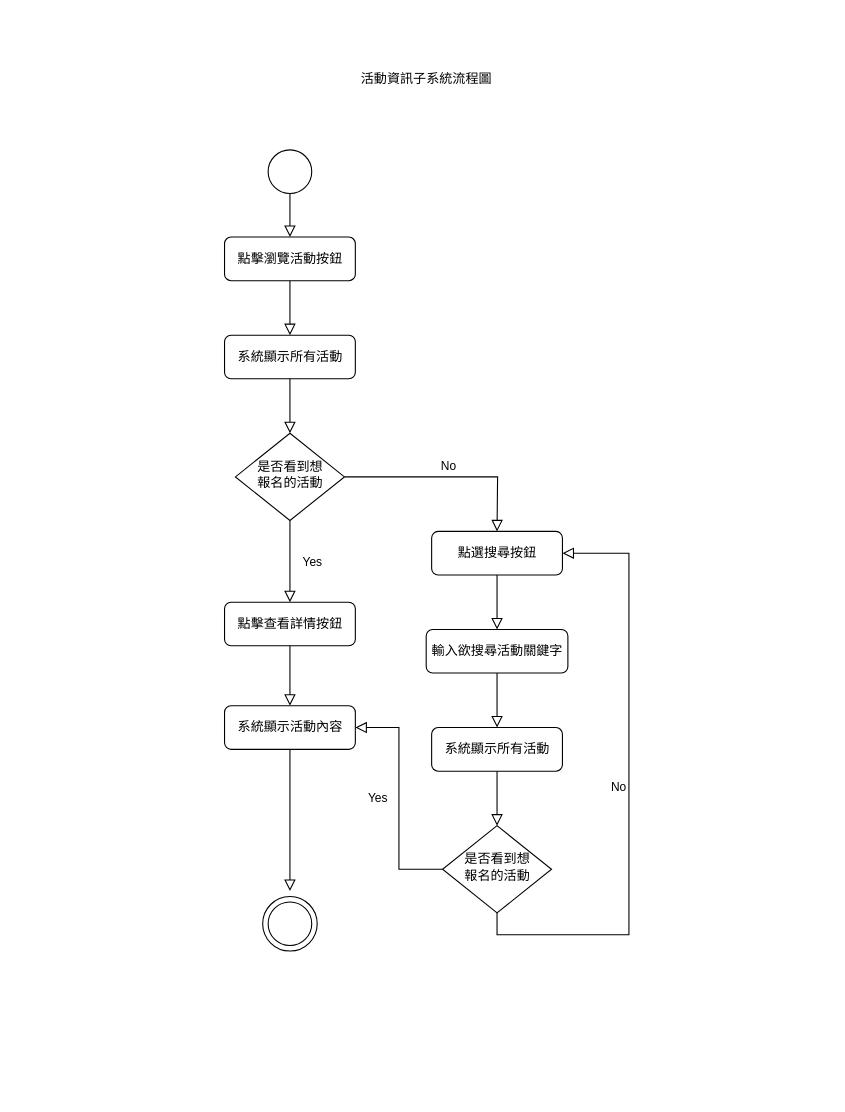
Above: page "Page-1" (1 of 2) of .drawio in liangyinglly/liangyinglly (draw.io), before the change. Source tidied: cells renumbered, new cells numbered last; positions are measured from the earlier drawing's top-left corner, leaving out a move shared by most shapes. Both pictures are drawn from the tidied source at 109%, with x=0, y=0 at pixel (223, 62).
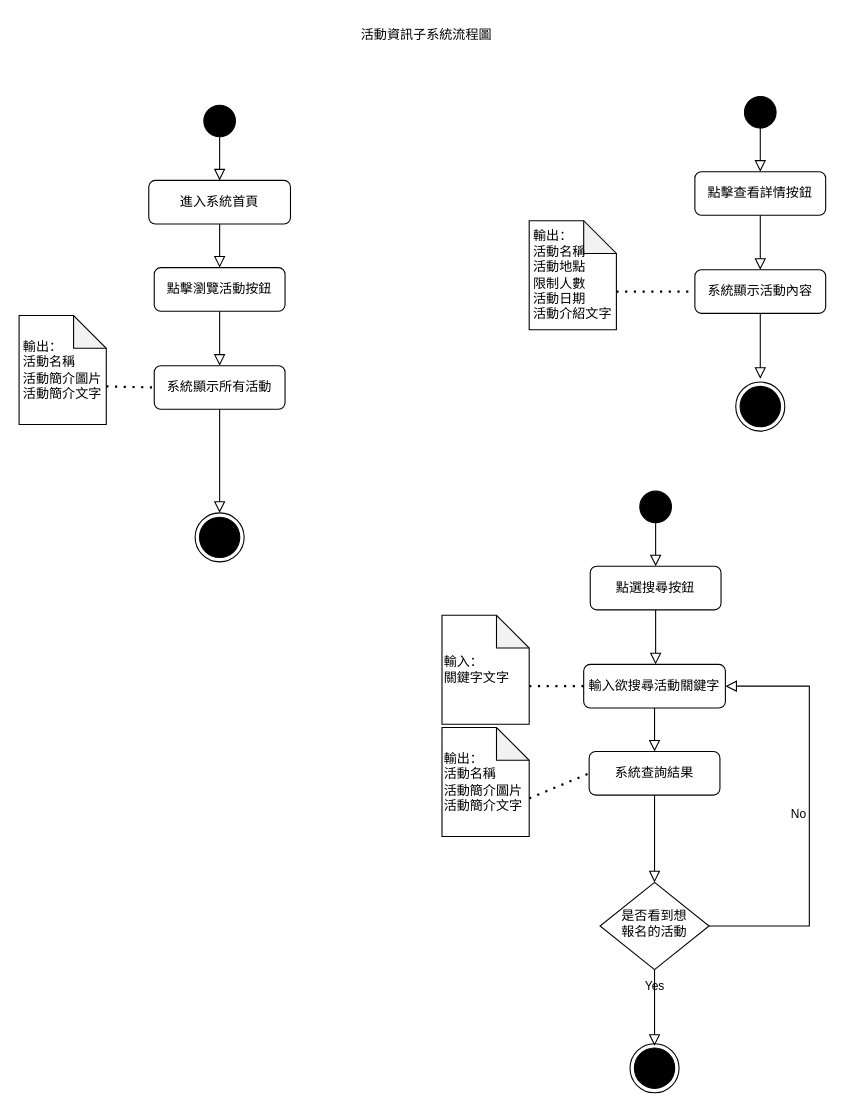
The same page after the edit.

What changed in the source:
```diff
@@
-    <mxCell id="2" style="rounded=0;html=1;jettySize=auto;fontSize=11;endArrow=block;endFill=0;endSize=8;strokeWidth=1;shadow=0;labelBackgroundColor=none;edgeStyle=orthogonalEdgeStyle;" parent="1" edge="1" source="3">
-      <mxGeometry relative="1" as="geometry">
-        <mxPoint x="60.5" y="250" as="targetPoint" />
-      </mxGeometry>
+    <mxCell id="2" style="rounded=0;html=1;jettySize=auto;fontSize=11;endArrow=block;endFill=0;endSize=8;strokeWidth=1;shadow=0;labelBackgroundColor=none;edgeStyle=orthogonalEdgeStyle;exitX=0.5;exitY=1;exitDx=0;exitDy=0;entryX=0.5;entryY=0;entryDx=0;entryDy=0;" parent="1" edge="1" source="37" target="12">
+      <mxGeometry relative="1" as="geometry" />
     </mxCell>
-    <mxCell id="3" value="點擊瀏覽活動按鈕" style="rounded=1;whiteSpace=wrap;html=1;fontSize=12;glass=0;strokeWidth=1;shadow=0;" parent="1" vertex="1">
-      <mxGeometry x="0.5" y="160" width="120" height="40" as="geometry" />
+    <mxCell id="3" value="進入系統首頁" style="rounded=1;whiteSpace=wrap;html=1;fontSize=12;glass=0;strokeWidth=1;shadow=0;" parent="1" vertex="1">
+      <mxGeometry x="-69" y="108" width="130" height="40" as="geometry" />
     </mxCell>
-    <mxCell id="4" value="Yes" style="rounded=0;html=1;jettySize=auto;fontSize=11;endArrow=block;endFill=0;endSize=8;strokeWidth=1;shadow=0;labelBackgroundColor=none;edgeStyle=orthogonalEdgeStyle;entryX=0.5;entryY=0;entryDx=0;entryDy=0;" parent="1" edge="1" source="6" target="11">
-      <mxGeometry y="20" relative="1" as="geometry" />
+    <mxCell id="4" value="Yes" style="rounded=0;html=1;jettySize=auto;fontSize=11;endArrow=block;endFill=0;endSize=8;strokeWidth=1;shadow=0;labelBackgroundColor=none;edgeStyle=orthogonalEdgeStyle;exitX=0.5;exitY=1;exitDx=0;exitDy=0;entryX=0.5;entryY=0;entryDx=0;entryDy=0;" parent="1" edge="1" source="6">
+      <mxGeometry y="20" relative="1" as="geometry">
+        <mxPoint x="395" y="902" as="targetPoint" />
+      </mxGeometry>
     </mxCell>
-    <mxCell id="5" value="No" style="edgeStyle=orthogonalEdgeStyle;rounded=0;html=1;jettySize=auto;fontSize=11;endArrow=block;endFill=0;endSize=8;strokeWidth=1;shadow=0;labelBackgroundColor=none;" parent="1" edge="1" source="6">
+    <mxCell id="5" value="No" style="edgeStyle=orthogonalEdgeStyle;rounded=0;html=1;jettySize=auto;fontSize=11;endArrow=block;endFill=0;endSize=8;strokeWidth=1;shadow=0;labelBackgroundColor=none;exitX=1;exitY=0.5;exitDx=0;exitDy=0;entryX=1;entryY=0.5;entryDx=0;entryDy=0;" parent="1" edge="1" source="6" target="17">
       <mxGeometry y="10" relative="1" as="geometry">
-        <mxPoint x="250.5" y="430" as="targetPoint" />
+        <Array as="points">
+          <mxPoint x="537" y="792" />
+          <mxPoint x="537" y="572" />
+        </Array>
       </mxGeometry>
     </mxCell>
     <mxCell id="6" value="是否看到想&lt;br&gt;報名的活動" style="rhombus;whiteSpace=wrap;html=1;shadow=0;fontFamily=Helvetica;fontSize=12;align=center;strokeWidth=1;spacing=6;spacingTop=-4;" parent="1" vertex="1">
-      <mxGeometry x="10.5" y="340" width="100" height="80" as="geometry" />
+      <mxGeometry x="345" y="752" width="100" height="80" as="geometry" />
     </mxCell>
-    <mxCell id="7" value="點選搜尋按鈕" style="rounded=1;whiteSpace=wrap;html=1;fontSize=12;glass=0;strokeWidth=1;shadow=0;" parent="1" vertex="1">
-      <mxGeometry x="190.5" y="430" width="120" height="40" as="geometry" />
-    </mxCell>
     <mxCell id="8" value="活動資訊子系統流程圖" style="text;html=1;strokeColor=none;fillColor=none;align=center;verticalAlign=middle;whiteSpace=wrap;rounded=0;" parent="1" vertex="1">
-      <mxGeometry x="110.5" width="150" height="30" as="geometry" />
+      <mxGeometry x="111" y="-40" width="150" height="30" as="geometry" />
     </mxCell>
-    <mxCell id="9" style="ellipse;whiteSpace=wrap;html=1;" parent="1" vertex="1">
-      <mxGeometry x="40.5" y="80" width="40" height="40" as="geometry" />
+    <mxCell id="9" style="ellipse;whiteSpace=wrap;html=1;fillColor=#000000;" parent="1" vertex="1">
+      <mxGeometry x="-18.5" y="39" width="29" height="29" as="geometry" />
     </mxCell>
     <mxCell id="10" style="rounded=0;html=1;jettySize=auto;fontSize=11;endArrow=block;endFill=0;endSize=8;strokeWidth=1;shadow=0;labelBackgroundColor=none;edgeStyle=orthogonalEdgeStyle;exitX=0.5;exitY=1;exitDx=0;exitDy=0;" parent="1" edge="1" source="9">
       <mxGeometry relative="1" as="geometry">
-        <mxPoint x="60.5" y="160" as="targetPoint" />
+        <mxPoint x="-4" y="108" as="targetPoint" />
       </mxGeometry>
     </mxCell>
-    <mxCell id="11" value="點擊查看詳情按鈕" style="rounded=1;whiteSpace=wrap;html=1;fontSize=12;glass=0;strokeWidth=1;shadow=0;" parent="1" vertex="1">
-      <mxGeometry x="0.5" y="495" width="120" height="40" as="geometry" />
-    </mxCell>
     <mxCell id="12" value="系統顯示所有活動" style="rounded=1;whiteSpace=wrap;html=1;fontSize=12;glass=0;strokeWidth=1;shadow=0;" parent="1" vertex="1">
-      <mxGeometry x="0.5" y="250" width="120" height="40" as="geometry" />
+      <mxGeometry x="-64" y="278" width="120" height="40" as="geometry" />
     </mxCell>
-    <mxCell id="13" style="rounded=0;html=1;jettySize=auto;fontSize=11;endArrow=block;endFill=0;endSize=8;strokeWidth=1;shadow=0;labelBackgroundColor=none;edgeStyle=orthogonalEdgeStyle;exitX=0.5;exitY=1;exitDx=0;exitDy=0;" parent="1" edge="1" source="12">
-      <mxGeometry relative="1" as="geometry">
-        <mxPoint x="60.5" y="340" as="targetPoint" />
-      </mxGeometry>
-    </mxCell>
-    <mxCell id="14" value="系統顯示活動內容" style="rounded=1;whiteSpace=wrap;html=1;fontSize=12;glass=0;strokeWidth=1;shadow=0;" parent="1" vertex="1">
-      <mxGeometry x="0.5" y="590" width="120" height="40" as="geometry" />
-    </mxCell>
-    <mxCell id="15" style="rounded=0;html=1;jettySize=auto;fontSize=11;endArrow=block;endFill=0;endSize=8;strokeWidth=1;shadow=0;labelBackgroundColor=none;edgeStyle=orthogonalEdgeStyle;exitX=0.5;exitY=1;exitDx=0;exitDy=0;entryX=0.5;entryY=0;entryDx=0;entryDy=0;" parent="1" edge="1" source="11" target="14">
+    <mxCell id="15" style="rounded=0;html=1;jettySize=auto;fontSize=11;endArrow=block;endFill=0;endSize=8;strokeWidth=1;shadow=0;labelBackgroundColor=none;edgeStyle=orthogonalEdgeStyle;exitX=0.5;exitY=1;exitDx=0;exitDy=0;" parent="1" edge="1" source="11" target="14">
       <mxGeometry relative="1" as="geometry" />
     </mxCell>
     <mxCell id="16" style="rounded=0;html=1;jettySize=auto;fontSize=11;endArrow=block;endFill=0;endSize=8;strokeWidth=1;shadow=0;labelBackgroundColor=none;edgeStyle=orthogonalEdgeStyle;exitX=0.5;exitY=1;exitDx=0;exitDy=0;" parent="1" edge="1" source="7">
       <mxGeometry relative="1" as="geometry">
-        <mxPoint x="250.5" y="520" as="targetPoint" />
+        <mxPoint x="396" y="552" as="targetPoint" />
       </mxGeometry>
     </mxCell>
     <mxCell id="17" value="輸入欲搜尋活動關鍵字" style="rounded=1;whiteSpace=wrap;html=1;fontSize=12;glass=0;strokeWidth=1;shadow=0;" parent="1" vertex="1">
-      <mxGeometry x="185.5" y="520" width="130" height="40" as="geometry" />
+      <mxGeometry x="330" y="552" width="130" height="40" as="geometry" />
     </mxCell>
-    <mxCell id="18" value="系統顯示所有活動" style="rounded=1;whiteSpace=wrap;html=1;fontSize=12;glass=0;strokeWidth=1;shadow=0;" parent="1" vertex="1">
-      <mxGeometry x="190.5" y="610" width="120" height="40" as="geometry" />
+    <mxCell id="18" value="系統查詢結果" style="rounded=1;whiteSpace=wrap;html=1;fontSize=12;glass=0;strokeWidth=1;shadow=0;" parent="1" vertex="1">
+      <mxGeometry x="335" y="632" width="120" height="40" as="geometry" />
     </mxCell>
-    <mxCell id="19" style="rounded=0;html=1;jettySize=auto;fontSize=11;endArrow=block;endFill=0;endSize=8;strokeWidth=1;shadow=0;labelBackgroundColor=none;edgeStyle=orthogonalEdgeStyle;exitX=0.5;exitY=1;exitDx=0;exitDy=0;entryX=0.5;entryY=0;entryDx=0;entryDy=0;" parent="1" edge="1" source="17" target="18">
-      <mxGeometry relative="1" as="geometry" />
+    <mxCell id="19" style="rounded=0;html=1;jettySize=auto;fontSize=11;endArrow=block;endFill=0;endSize=8;strokeWidth=1;shadow=0;labelBackgroundColor=none;edgeStyle=orthogonalEdgeStyle;exitX=0.5;exitY=1;exitDx=0;exitDy=0;" parent="1" edge="1" source="17">
+      <mxGeometry relative="1" as="geometry">
+        <mxPoint x="395" y="632" as="targetPoint" />
+      </mxGeometry>
     </mxCell>
-    <mxCell id="20" value="是否看到想&lt;br&gt;報名的活動" style="rhombus;whiteSpace=wrap;html=1;shadow=0;fontFamily=Helvetica;fontSize=12;align=center;strokeWidth=1;spacing=6;spacingTop=-4;" parent="1" vertex="1">
-      <mxGeometry x="200.5" y="700" width="100" height="80" as="geometry" />
-    </mxCell>
-    <mxCell id="21" style="rounded=0;html=1;jettySize=auto;fontSize=11;endArrow=block;endFill=0;endSize=8;strokeWidth=1;shadow=0;labelBackgroundColor=none;edgeStyle=orthogonalEdgeStyle;exitX=0.5;exitY=1;exitDx=0;exitDy=0;entryX=0.5;entryY=0;entryDx=0;entryDy=0;" parent="1" edge="1" source="18" target="20">
+    <mxCell id="21" style="rounded=0;html=1;jettySize=auto;fontSize=11;endArrow=block;endFill=0;endSize=8;strokeWidth=1;shadow=0;labelBackgroundColor=none;edgeStyle=orthogonalEdgeStyle;exitX=0.5;exitY=1;exitDx=0;exitDy=0;entryX=0.5;entryY=0;entryDx=0;entryDy=0;" parent="1" edge="1" source="18" target="6">
       <mxGeometry relative="1" as="geometry" />
     </mxCell>
-    <mxCell id="22" value="Yes" style="rounded=0;html=1;jettySize=auto;fontSize=11;endArrow=block;endFill=0;endSize=8;strokeWidth=1;shadow=0;labelBackgroundColor=none;edgeStyle=orthogonalEdgeStyle;entryX=1;entryY=0.5;entryDx=0;entryDy=0;" parent="1" edge="1" source="20" target="14">
-      <mxGeometry y="20" relative="1" as="geometry" />
-    </mxCell>
-    <mxCell id="23" value="No" style="edgeStyle=orthogonalEdgeStyle;rounded=0;html=1;jettySize=auto;fontSize=11;endArrow=block;endFill=0;endSize=8;strokeWidth=1;shadow=0;labelBackgroundColor=none;exitX=0.5;exitY=1;exitDx=0;exitDy=0;entryX=1;entryY=0.5;entryDx=0;entryDy=0;" parent="1" edge="1" source="20" target="7">
-      <mxGeometry y="10" relative="1" as="geometry">
-        <Array as="points">
-          <mxPoint x="250.5" y="800" />
-          <mxPoint x="371.5" y="800" />
-          <mxPoint x="371.5" y="450" />
-        </Array>
-      </mxGeometry>
-    </mxCell>
-    <mxCell id="24" style="rounded=0;html=1;jettySize=auto;fontSize=11;endArrow=block;endFill=0;endSize=8;strokeWidth=1;shadow=0;labelBackgroundColor=none;edgeStyle=orthogonalEdgeStyle;exitX=0.5;exitY=1;exitDx=0;exitDy=0;" parent="1" edge="1" source="14">
-      <mxGeometry relative="1" as="geometry">
-        <mxPoint x="60.5" y="760" as="targetPoint" />
-      </mxGeometry>
-    </mxCell>
-    <mxCell id="25" style="ellipse;whiteSpace=wrap;html=1;" parent="1" vertex="1">
-      <mxGeometry x="40.5" y="770" width="40" height="40" as="geometry" />
-    </mxCell>
-    <mxCell id="26" style="ellipse;whiteSpace=wrap;html=1;fillColor=none;" parent="1" vertex="1">
-      <mxGeometry x="35.5" y="765" width="50" height="50" as="geometry" />
-    </mxCell>
+    <mxCell id="27" style="rounded=0;html=1;jettySize=auto;fontSize=11;endArrow=block;endFill=0;endSize=8;strokeWidth=1;shadow=0;labelBackgroundColor=none;edgeStyle=orthogonalEdgeStyle;exitX=0.5;exitY=1;exitDx=0;exitDy=0;entryX=0.5;entryY=0;entryDx=0;entryDy=0;" parent="1" edge="1" source="12" target="29">
+      <mxGeometry relative="1" as="geometry" />
+    </mxCell>
+    <mxCell id="28" style="ellipse;whiteSpace=wrap;html=1;fillColor=#000000;" parent="1" vertex="1">
+      <mxGeometry x="-22.5" y="417" width="37" height="37" as="geometry" />
+    </mxCell>
+    <mxCell id="29" style="ellipse;whiteSpace=wrap;html=1;fillColor=none;" parent="1" vertex="1">
+      <mxGeometry x="-26.5" y="413" width="45" height="45" as="geometry" />
+    </mxCell>
+    <mxCell id="30" style="ellipse;whiteSpace=wrap;html=1;fillColor=#000000;" parent="1" vertex="1">
+      <mxGeometry x="381.5" y="393" width="29" height="29" as="geometry" />
+    </mxCell>
+    <mxCell id="31" style="rounded=0;html=1;jettySize=auto;fontSize=11;endArrow=block;endFill=0;endSize=8;strokeWidth=1;shadow=0;labelBackgroundColor=none;edgeStyle=orthogonalEdgeStyle;exitX=0.5;exitY=1;exitDx=0;exitDy=0;" parent="1" edge="1" source="30">
+      <mxGeometry relative="1" as="geometry">
+        <mxPoint x="396" y="462" as="targetPoint" />
+      </mxGeometry>
+    </mxCell>
+    <mxCell id="7" value="點選搜尋按鈕" style="rounded=1;whiteSpace=wrap;html=1;fontSize=12;glass=0;strokeWidth=1;shadow=0;" parent="1" vertex="1">
+      <mxGeometry x="336" y="462" width="120" height="40" as="geometry" />
+    </mxCell>
+    <mxCell id="32" style="ellipse;whiteSpace=wrap;html=1;fillColor=#000000;" parent="1" vertex="1">
+      <mxGeometry x="477.5" y="31" width="29" height="29" as="geometry" />
+    </mxCell>
+    <mxCell id="33" style="rounded=0;html=1;jettySize=auto;fontSize=11;endArrow=block;endFill=0;endSize=8;strokeWidth=1;shadow=0;labelBackgroundColor=none;edgeStyle=orthogonalEdgeStyle;exitX=0.5;exitY=1;exitDx=0;exitDy=0;" parent="1" edge="1" source="32">
+      <mxGeometry relative="1" as="geometry">
+        <mxPoint x="492" y="100" as="targetPoint" />
+      </mxGeometry>
+    </mxCell>
+    <mxCell id="11" value="點擊查看詳情按鈕" style="rounded=1;whiteSpace=wrap;html=1;fontSize=12;glass=0;strokeWidth=1;shadow=0;" parent="1" vertex="1">
+      <mxGeometry x="432" y="100" width="120" height="40" as="geometry" />
+    </mxCell>
+    <mxCell id="14" value="系統顯示活動內容" style="rounded=1;whiteSpace=wrap;html=1;fontSize=12;glass=0;strokeWidth=1;shadow=0;" parent="1" vertex="1">
+      <mxGeometry x="432" y="190" width="120" height="40" as="geometry" />
+    </mxCell>
+    <mxCell id="34" style="rounded=0;html=1;jettySize=auto;fontSize=11;endArrow=block;endFill=0;endSize=8;strokeWidth=1;shadow=0;labelBackgroundColor=none;edgeStyle=orthogonalEdgeStyle;exitX=0.5;exitY=1;exitDx=0;exitDy=0;entryX=0.5;entryY=0;entryDx=0;entryDy=0;" parent="1" edge="1" source="14">
+      <mxGeometry relative="1" as="geometry">
+        <mxPoint x="492" y="290" as="targetPoint" />
+      </mxGeometry>
+    </mxCell>
+    <mxCell id="35" value="輸入：&lt;br&gt;關鍵字文字" style="shape=note;whiteSpace=wrap;html=1;backgroundOutline=1;darkOpacity=0.05;align=left;" parent="1" vertex="1">
+      <mxGeometry x="200" y="507" width="80" height="100" as="geometry" />
+    </mxCell>
+    <mxCell id="36" style="endArrow=none;dashed=1;html=1;dashPattern=1 3;strokeWidth=2;rounded=0;exitX=0;exitY=0;exitDx=80;exitDy=65;exitPerimeter=0;entryX=0;entryY=0.5;entryDx=0;entryDy=0;" parent="1" edge="1" source="35" target="17">
+      <mxGeometry relative="1" as="geometry" />
+    </mxCell>
+    <mxCell id="37" value="點擊瀏覽活動按鈕" style="rounded=1;whiteSpace=wrap;html=1;fontSize=12;glass=0;strokeWidth=1;shadow=0;" parent="1" vertex="1">
+      <mxGeometry x="-64" y="188" width="120" height="40" as="geometry" />
+    </mxCell>
+    <mxCell id="38" style="rounded=0;html=1;jettySize=auto;fontSize=11;endArrow=block;endFill=0;endSize=8;strokeWidth=1;shadow=0;labelBackgroundColor=none;edgeStyle=orthogonalEdgeStyle;exitX=0.5;exitY=1;exitDx=0;exitDy=0;" parent="1" edge="1" source="3">
+      <mxGeometry relative="1" as="geometry">
+        <mxPoint x="-4" y="188" as="targetPoint" />
+      </mxGeometry>
+    </mxCell>
+    <mxCell id="39" style="ellipse;whiteSpace=wrap;html=1;fillColor=#000000;" parent="1" vertex="1">
+      <mxGeometry x="376.5" y="904" width="37" height="37" as="geometry" />
+    </mxCell>
+    <mxCell id="40" style="ellipse;whiteSpace=wrap;html=1;fillColor=none;" parent="1" vertex="1">
+      <mxGeometry x="372.5" y="900" width="45" height="45" as="geometry" />
+    </mxCell>
+    <mxCell id="41" style="ellipse;whiteSpace=wrap;html=1;fillColor=#000000;" parent="1" vertex="1">
+      <mxGeometry x="473.5" y="297" width="37" height="37" as="geometry" />
+    </mxCell>
+    <mxCell id="42" style="ellipse;whiteSpace=wrap;html=1;fillColor=none;" parent="1" vertex="1">
+      <mxGeometry x="469.5" y="293" width="45" height="45" as="geometry" />
+    </mxCell>
+    <mxCell id="43" value="&lt;div style=&quot;text-align: left;&quot;&gt;輸出：&lt;/div&gt;&lt;div style=&quot;text-align: left;&quot;&gt;活動名稱&lt;/div&gt;&lt;div style=&quot;text-align: left;&quot;&gt;活動簡介圖片&lt;/div&gt;&lt;div style=&quot;text-align: left;&quot;&gt;活動簡介文字&lt;/div&gt;" style="shape=note;whiteSpace=wrap;html=1;backgroundOutline=1;darkOpacity=0.05;" parent="1" vertex="1">
+      <mxGeometry x="-188" y="232" width="80" height="100" as="geometry" />
+    </mxCell>
+    <mxCell id="44" style="endArrow=none;dashed=1;html=1;dashPattern=1 3;strokeWidth=2;rounded=0;exitX=0;exitY=0;exitDx=80;exitDy=65;exitPerimeter=0;entryX=0;entryY=0.5;entryDx=0;entryDy=0;" parent="1" edge="1" source="43" target="12">
+      <mxGeometry relative="1" as="geometry" />
+    </mxCell>
+    <mxCell id="45" value="&lt;div style=&quot;text-align: left;&quot;&gt;輸出：&lt;/div&gt;&lt;div style=&quot;text-align: left;&quot;&gt;活動名稱&lt;/div&gt;&lt;div style=&quot;text-align: left;&quot;&gt;活動地點&lt;/div&gt;&lt;div style=&quot;text-align: left;&quot;&gt;限制人數&lt;/div&gt;&lt;div style=&quot;text-align: left;&quot;&gt;活動日期&lt;/div&gt;&lt;div style=&quot;text-align: left;&quot;&gt;活動介紹文字&lt;/div&gt;" style="shape=note;whiteSpace=wrap;html=1;backgroundOutline=1;darkOpacity=0.05;" parent="1" vertex="1">
+      <mxGeometry x="280" y="145" width="80" height="100" as="geometry" />
+    </mxCell>
+    <mxCell id="46" style="endArrow=none;dashed=1;html=1;dashPattern=1 3;strokeWidth=2;rounded=0;entryX=0;entryY=0.5;entryDx=0;entryDy=0;exitX=0;exitY=0;exitDx=80;exitDy=65;exitPerimeter=0;" parent="1" edge="1" source="45" target="14">
+      <mxGeometry relative="1" as="geometry" />
+    </mxCell>
+    <mxCell id="47" value="&lt;div style=&quot;border-color: var(--border-color);&quot;&gt;輸出：&lt;/div&gt;&lt;div style=&quot;border-color: var(--border-color);&quot;&gt;活動名稱&lt;/div&gt;&lt;div style=&quot;border-color: var(--border-color);&quot;&gt;活動簡介圖片&lt;/div&gt;&lt;div style=&quot;border-color: var(--border-color);&quot;&gt;活動簡介文字&lt;/div&gt;" style="shape=note;whiteSpace=wrap;html=1;backgroundOutline=1;darkOpacity=0.05;align=left;" parent="1" vertex="1">
+      <mxGeometry x="200" y="610" width="80" height="100" as="geometry" />
+    </mxCell>
+    <mxCell id="48" style="endArrow=none;dashed=1;html=1;dashPattern=1 3;strokeWidth=2;rounded=0;exitX=0;exitY=0;exitDx=80;exitDy=65;exitPerimeter=0;entryX=0;entryY=0.5;entryDx=0;entryDy=0;" parent="1" edge="1" source="47" target="18">
+      <mxGeometry relative="1" as="geometry" />
+    </mxCell>
```
